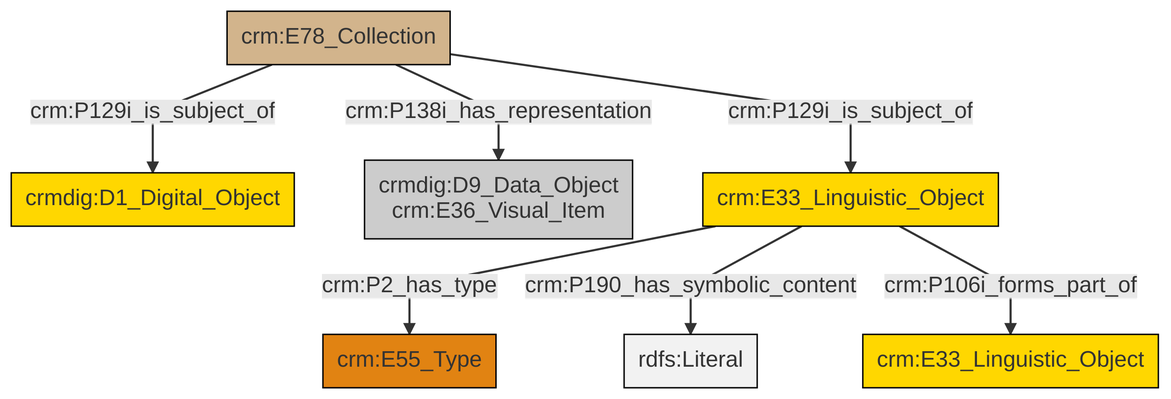
Before: et/archivalCSV/ttl/mmd/png/archival_docs.png, a diagram exported from Mermaid (swiss-art-research-net/docs.swissartresearch). Its source is kept beside it as et/archivalCSV/ttl/mmd/archival_docs.ttl.mmd.
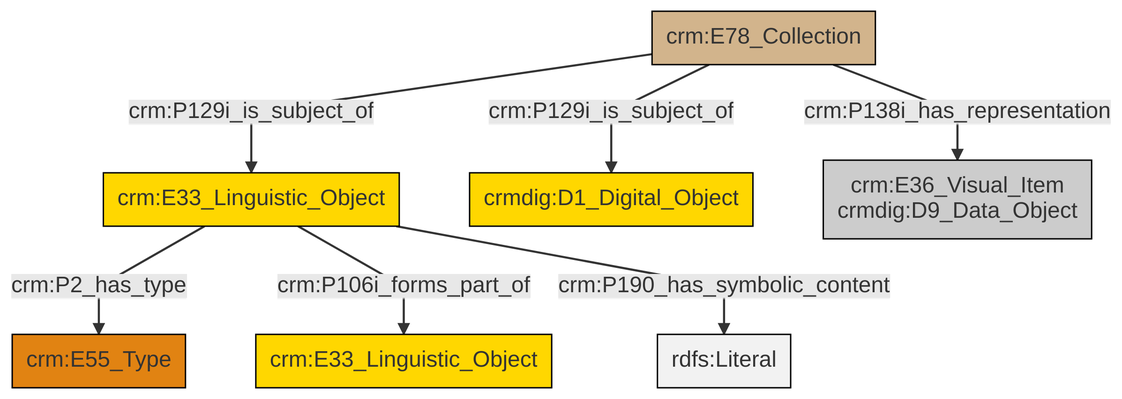
The same diagram one commit later.

What changed in the source:
```diff
@@ -13,9 +13,9 @@
 classDef PC_Classes fill:#4ce600, stroke:#000000;
 classDef Multi fill:#cccccc,stroke:#000000;
 
-2["crm:E78_Collection"]:::Physical_Thing -->|crm:P129i_is_subject_of| 0["crmdig:D1_Digital_Object"]:::Conceptual_Object
-2["crm:E78_Collection"]:::Physical_Thing -->|crm:P129i_is_subject_of| 6["crm:E33_Linguistic_Object"]:::Conceptual_Object
-6["crm:E33_Linguistic_Object"]:::Conceptual_Object -->|crm:P2_has_type| 7["crm:E55_Type"]:::Type
-6["crm:E33_Linguistic_Object"]:::Conceptual_Object -->|crm:P190_has_symbolic_content| 8[rdfs:Literal]:::Literal
-2["crm:E78_Collection"]:::Physical_Thing -->|crm:P138i_has_representation| 4["crmdig:D9_Data_Object<br>crm:E36_Visual_Item"]:::Multi
-6["crm:E33_Linguistic_Object"]:::Conceptual_Object -->|crm:P106i_forms_part_of| 10["crm:E33_Linguistic_Object"]:::Conceptual_Object
+2["crm:E33_Linguistic_Object"]:::Conceptual_Object -->|crm:P2_has_type| 3["crm:E55_Type"]:::Type
+2["crm:E33_Linguistic_Object"]:::Conceptual_Object -->|crm:P106i_forms_part_of| 4["crm:E33_Linguistic_Object"]:::Conceptual_Object
+0["crm:E78_Collection"]:::Physical_Thing -->|crm:P129i_is_subject_of| 2["crm:E33_Linguistic_Object"]:::Conceptual_Object
+2["crm:E33_Linguistic_Object"]:::Conceptual_Object -->|crm:P190_has_symbolic_content| 10[rdfs:Literal]:::Literal
+0["crm:E78_Collection"]:::Physical_Thing -->|crm:P138i_has_representation| 11["crm:E36_Visual_Item<br>crmdig:D9_Data_Object"]:::Multi
+0["crm:E78_Collection"]:::Physical_Thing -->|crm:P129i_is_subject_of| 7["crmdig:D1_Digital_Object"]:::Conceptual_Object
```
